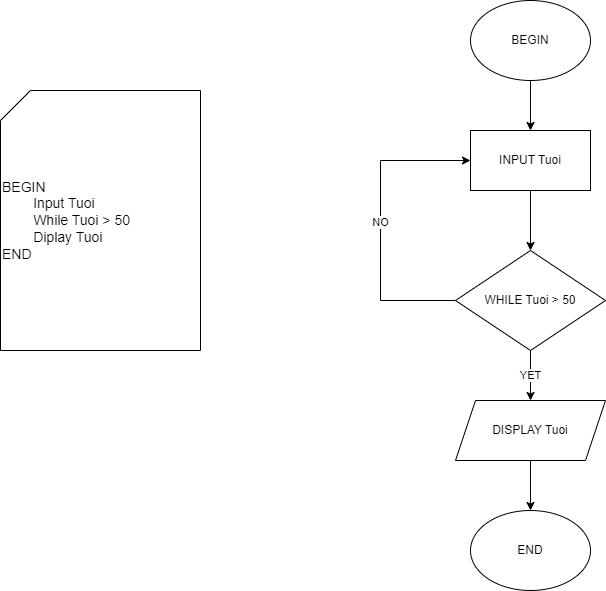
Above: ss3_ma_gia_va_luu_do/Bai_1.png in quocgiau/C0832G1-VoQuocGiau (draw.io), before the change. Source tidied: cells renumbered, new cells last; positions are measured from the earlier drawing's top-left corner, leaving out a move shared by most shapes.
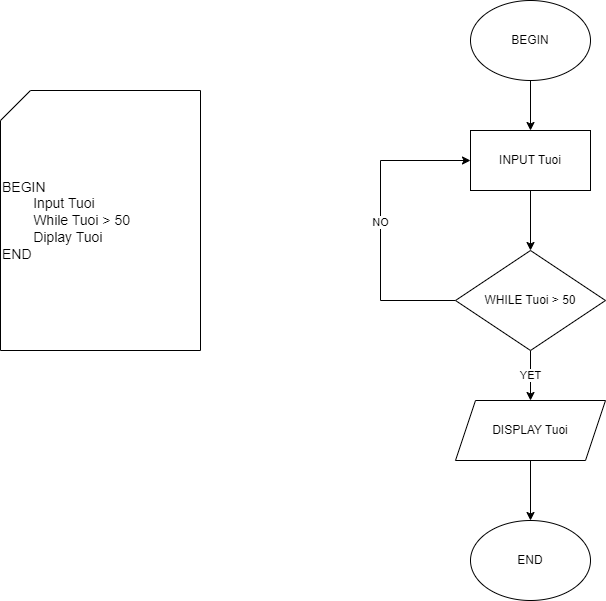
Above is the later version.

The edit, as a diff of the source:
```diff
@@ -1,4 +1,4 @@
-<mxGraphModel>
+<mxGraphModel background="#FFFFFF">
   <root>
     <mxCell id="0" />
     <mxCell id="1" parent="0" />
@@ -38,7 +38,7 @@
       <mxGeometry x="455" y="400" width="150" height="60" as="geometry" />
     </mxCell>
     <mxCell id="12" value="END" style="ellipse;whiteSpace=wrap;html=1;" parent="1" vertex="1">
-      <mxGeometry x="470" y="510" width="120" height="80" as="geometry" />
+      <mxGeometry x="470" y="520" width="120" height="80" as="geometry" />
     </mxCell>
   </root>
 </mxGraphModel>
```
